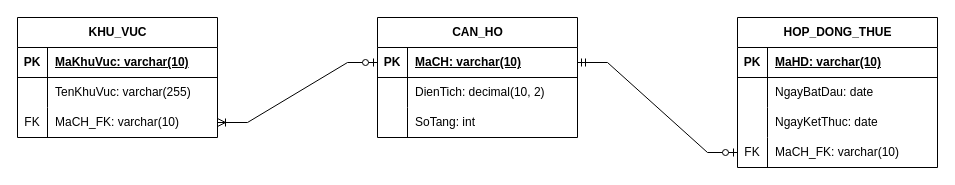
lam1115/VuTranLam_B25DTCN251_IT105_Session_16_03 keeps this draw.io diagram as BTTH_03/SS16_03.drawio.xml. Above is the earlier version. Source tidied: cells renumbered, new cells numbered last; positions are measured from the earlier drawing's top-left corner, leaving out a move shared by most shapes. Both pictures are drawn from the tidied source at 100%, with x=0, y=0 at pixel (17, 17).
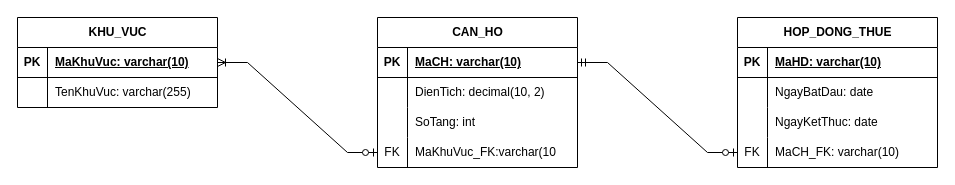
The same diagram, later.

Unchanged cells that the change refers to:
```xml
<mxCell id="3" style="shape=tableRow;horizontal=0;startSize=0;swimlaneHead=0;swimlaneBody=0;fillColor=none;points=[[0,0.5],[1,0.5]];portConstraint=eastwest;top=0;left=0;right=0;bottom=1;" parent="2" vertex="1">
  <mxGeometry y="30" width="200" height="30" as="geometry" />
</mxCell>
<mxCell id="26" style="shape=tableRow;horizontal=0;startSize=0;swimlaneHead=0;swimlaneBody=0;fillColor=none;points=[[0,0.5],[1,0.5]];portConstraint=eastwest;top=0;left=0;right=0;bottom=1;" parent="25" vertex="1">
  <mxGeometry y="30" width="200" height="30" as="geometry" />
</mxCell>
```

Diff of the diagram source:
```diff
@@
     <mxCell id="2" value="CAN_HO" style="shape=table;startSize=30;childLayout=tableLayout;rowLines=0;fontStyle=1;align=center;html=1;" parent="1" vertex="1">
-      <mxGeometry x="360" width="200" height="120" as="geometry" />
+      <mxGeometry x="360" width="200" height="150" as="geometry" />
     </mxCell>
@@
+    <mxCell id="37" style="shape=tableRow;horizontal=0;startSize=0;swimlaneHead=0;swimlaneBody=0;fillColor=none;points=[[0,0.5],[1,0.5]];portConstraint=eastwest;top=0;left=0;right=0;bottom=0;" parent="2" vertex="1">
+      <mxGeometry y="120" width="200" height="30" as="geometry" />
+    </mxCell>
+    <mxCell id="33" value="FK" style="shape=partialRectangle;fillColor=none;top=0;left=0;bottom=0;right=0;overflow=hidden;whiteSpace=wrap;html=1;" parent="37" vertex="1">
+      <mxGeometry width="30" height="30" as="geometry" />
+    </mxCell>
+    <mxCell id="38" value="MaKhuVuc_FK:varchar(10" style="shape=partialRectangle;fillColor=none;top=0;left=0;bottom=0;right=0;align=left;spacingLeft=6;overflow=hidden;whiteSpace=wrap;html=1;" parent="37" vertex="1">
+      <mxGeometry x="30" width="170" height="30" as="geometry" />
+    </mxCell>
@@
     <mxCell id="25" value="KHU_VUC" style="shape=table;startSize=30;childLayout=tableLayout;rowLines=0;fontStyle=1;align=center;html=1;" parent="1" vertex="1">
-      <mxGeometry width="200" height="120" as="geometry" />
+      <mxGeometry width="200" height="90" as="geometry" />
     </mxCell>
@@
-    <mxCell id="32" style="shape=tableRow;horizontal=0;startSize=0;swimlaneHead=0;swimlaneBody=0;fillColor=none;points=[[0,0.5],[1,0.5]];portConstraint=eastwest;top=0;left=0;right=0;bottom=0;" parent="25" vertex="1">
-      <mxGeometry y="90" width="200" height="30" as="geometry" />
-    </mxCell>
-    <mxCell id="33" value="FK" style="shape=partialRectangle;fillColor=none;top=0;left=0;bottom=0;right=0;overflow=hidden;whiteSpace=wrap;html=1;" parent="32" vertex="1">
-      <mxGeometry width="30" height="30" as="geometry" />
-    </mxCell>
-    <mxCell id="34" value="MaCH_FK: varchar(10)" style="shape=partialRectangle;fillColor=none;top=0;left=0;bottom=0;right=0;align=left;spacingLeft=6;overflow=hidden;whiteSpace=wrap;html=1;" parent="32" vertex="1">
-      <mxGeometry x="30" width="170" height="30" as="geometry" />
-    </mxCell>
-    <mxCell id="35" style="edgeStyle=entityRelationEdgeStyle;fontSize=12;html=1;endArrow=ERoneToMany;startArrow=ERzeroToOne;rounded=0;entryX=1;entryY=0.5;entryDx=0;entryDy=0;exitX=0;exitY=0.5;exitDx=0;exitDy=0;" parent="1" edge="1" source="3" target="32">
+    <mxCell id="35" style="edgeStyle=entityRelationEdgeStyle;fontSize=12;html=1;endArrow=ERoneToMany;startArrow=ERzeroToOne;rounded=0;entryX=1;entryY=0.5;entryDx=0;entryDy=0;exitX=0;exitY=0.5;exitDx=0;exitDy=0;" parent="1" edge="1" source="37" target="26">
       <mxGeometry relative="1" as="geometry" />
     </mxCell>
```
